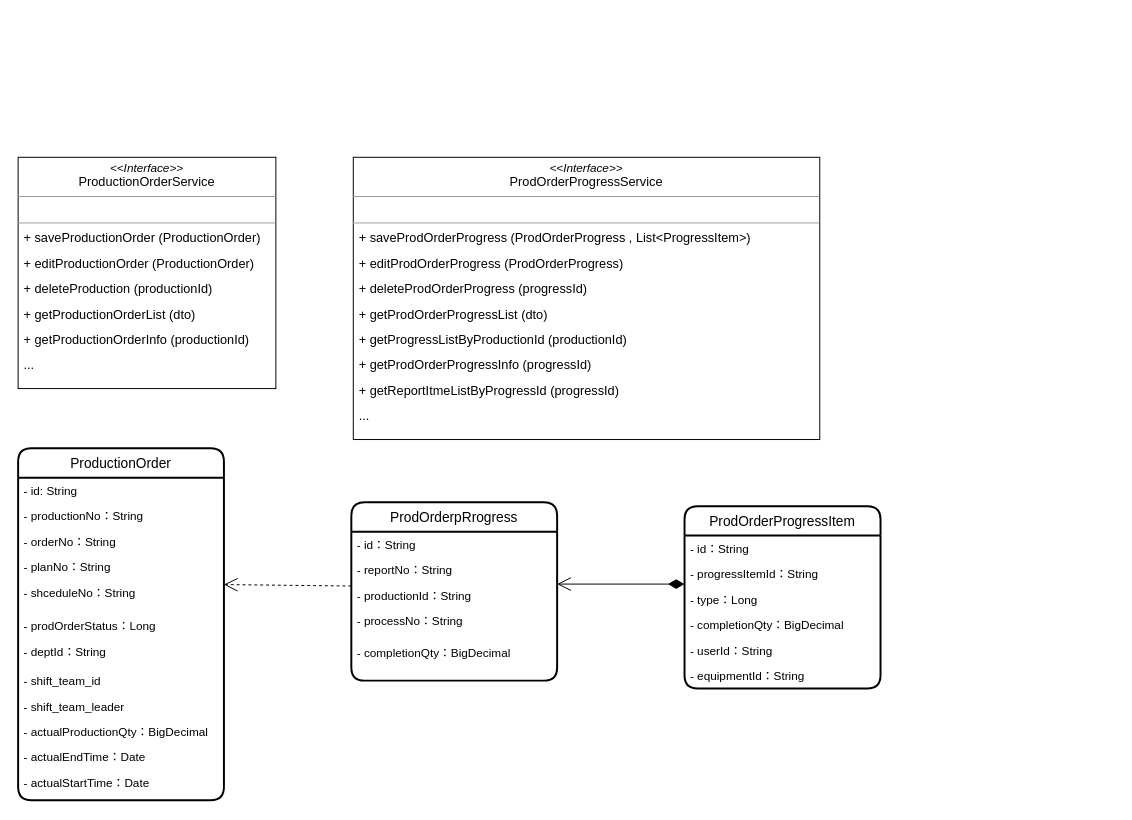
The draw.io diagram page "制令单" (1 of 4) of 类图.drawio in KNAI-I/test, before the edit. Source tidied: cells renumbered, new cells numbered last; positions are measured from the earlier drawing's top-left corner, leaving out a move shared by most shapes. Both pictures are drawn from the tidied source at 98%, with x=0, y=0 at pixel (18, 157).
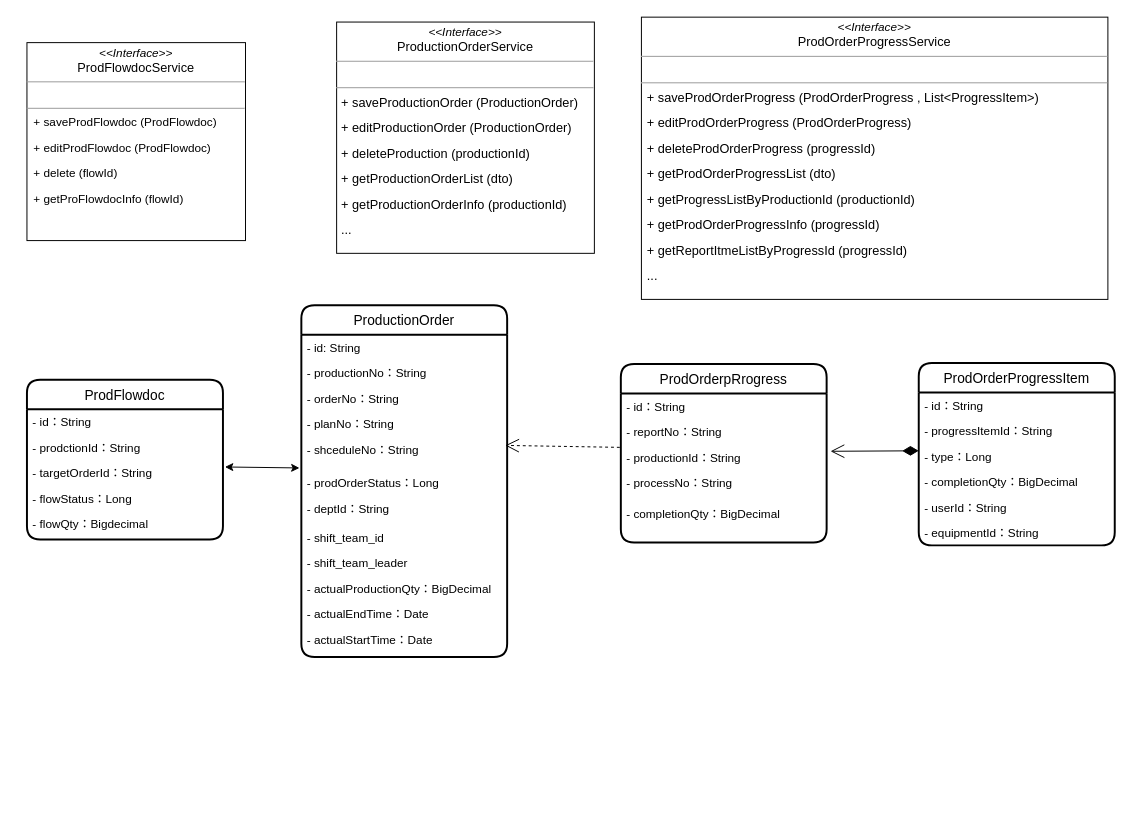
After the change.

The change refers to these unchanged cells:
```xml
<mxCell id="18" value="- productionId：String" style="text;strokeColor=none;fillColor=none;align=left;verticalAlign=top;spacingLeft=4;spacingRight=4;overflow=hidden;points=[[0,0.5],[1,0.5]];portConstraint=eastwest;" parent="15" vertex="1">
  <mxGeometry y="82" width="210" height="26" as="geometry" />
</mxCell>
```

The edit, as a diff of the source:
```diff
@@
     <mxCell id="2" value="ProductionOrder" style="swimlane;horizontal=1;startSize=30;rounded=1;fontSize=14;fontStyle=0;strokeWidth=2;shadow=0;dashed=0;align=center;" parent="1" vertex="1">
-      <mxGeometry y="297" width="210" height="359" as="geometry" />
+      <mxGeometry x="289" y="151" width="210" height="359" as="geometry" />
     </mxCell>
@@
     <mxCell id="15" value="ProdOrderpRrogress" style="swimlane;horizontal=1;startSize=30;rounded=1;fontSize=14;fontStyle=0;strokeWidth=2;shadow=0;dashed=0;align=center;" parent="1" vertex="1">
-      <mxGeometry x="340" y="352" width="210" height="182" as="geometry" />
+      <mxGeometry x="615" y="211" width="210" height="182" as="geometry" />
     </mxCell>
@@
     <mxCell id="21" value="ProdOrderProgressItem" style="swimlane;horizontal=1;startSize=30;rounded=1;fontSize=14;fontStyle=0;strokeWidth=2;shadow=0;dashed=0;align=center;" parent="1" vertex="1">
-      <mxGeometry x="680" y="356" width="200" height="186" as="geometry" />
+      <mxGeometry x="919" y="210" width="200" height="186" as="geometry" />
     </mxCell>
@@
-    <mxCell id="28" style="endArrow=open;endSize=12;dashed=1;html=1;rounded=0;fontSize=13;" parent="1" edge="1">
+    <mxCell id="28" style="endArrow=open;endSize=12;dashed=1;html=1;rounded=0;fontSize=13;exitX=-0.005;exitY=0.115;exitDx=0;exitDy=0;exitPerimeter=0;" parent="1" edge="1" source="18">
       <mxGeometry x="0.08" y="-37" relative="1" as="geometry">
-        <mxPoint x="340" y="437.5" as="sourcePoint" />
-        <mxPoint x="210" y="436" as="targetPoint" />
+        <mxPoint x="497" y="294" as="targetPoint" />
       </mxGeometry>
     </mxCell>
-    <mxCell id="29" style="endArrow=open;html=1;endSize=12;startArrow=diamondThin;startSize=14;startFill=1;edgeStyle=orthogonalEdgeStyle;align=left;verticalAlign=bottom;rounded=0;exitX=0;exitY=0.5;exitDx=0;exitDy=0;" parent="1" edge="1">
+    <mxCell id="29" style="endArrow=open;html=1;endSize=12;startArrow=diamondThin;startSize=14;startFill=1;edgeStyle=orthogonalEdgeStyle;align=left;verticalAlign=bottom;rounded=0;exitX=0;exitY=0.5;exitDx=0;exitDy=0;entryX=1.019;entryY=0.269;entryDx=0;entryDy=0;entryPerimeter=0;" parent="1" edge="1" target="18">
       <mxGeometry x="-0.68" y="-8" relative="1" as="geometry">
-        <mxPoint x="680" y="435.5" as="sourcePoint" />
-        <mxPoint x="550" y="435.5" as="targetPoint" />
+        <mxPoint x="919" y="299.5" as="sourcePoint" />
       </mxGeometry>
     </mxCell>
     <mxCell id="30" value="&lt;p style=&quot;margin:0px;margin-top:4px;text-align:center;&quot;&gt;&lt;i&gt;&amp;lt;&amp;lt;Interface&amp;gt;&amp;gt;&lt;/i&gt;&lt;br&gt;&lt;span style=&quot;font-size: 13px;&quot;&gt;ProductionOrderService&lt;/span&gt;&lt;br&gt;&lt;/p&gt;&lt;hr size=&quot;1&quot;&gt;&lt;p style=&quot;margin:0px;margin-left:4px;&quot;&gt;&amp;nbsp;&lt;/p&gt;&lt;hr size=&quot;1&quot;&gt;&lt;p style=&quot;margin:0px;margin-left:4px;&quot;&gt;&lt;br&gt;&lt;/p&gt;" style="verticalAlign=top;align=left;overflow=fill;fontSize=12;fontFamily=Helvetica;html=1;" parent="1" vertex="1">
-      <mxGeometry width="263" height="236" as="geometry" />
+      <mxGeometry x="325" y="-138" width="263" height="236" as="geometry" />
     </mxCell>
     <mxCell id="31" value="+ saveProductionOrder (ProductionOrder)" style="text;strokeColor=none;fillColor=none;align=left;verticalAlign=top;spacingLeft=4;spacingRight=4;overflow=hidden;fontSize=13;" parent="1" vertex="1">
-      <mxGeometry y="68" width="270" height="26" as="geometry" />
+      <mxGeometry x="324" y="-70" width="270" height="26" as="geometry" />
     </mxCell>
     <mxCell id="32" value="+ editProductionOrder (ProductionOrder)" style="text;strokeColor=none;fillColor=none;align=left;verticalAlign=top;spacingLeft=4;spacingRight=4;overflow=hidden;fontSize=13;" parent="1" vertex="1">
-      <mxGeometry y="94" width="270" height="26" as="geometry" />
+      <mxGeometry x="324" y="-44" width="270" height="26" as="geometry" />
     </mxCell>
     <mxCell id="33" value="+ deleteProduction (productionId)" style="text;strokeColor=none;fillColor=none;align=left;verticalAlign=top;spacingLeft=4;spacingRight=4;overflow=hidden;fontSize=13;" parent="1" vertex="1">
-      <mxGeometry y="120" width="270" height="26" as="geometry" />
+      <mxGeometry x="324" y="-18" width="270" height="26" as="geometry" />
     </mxCell>
     <mxCell id="34" value="+ getProductionOrderList (dto)" style="text;strokeColor=none;fillColor=none;align=left;verticalAlign=top;spacingLeft=4;spacingRight=4;overflow=hidden;fontSize=13;" parent="1" vertex="1">
-      <mxGeometry y="146" width="270" height="26" as="geometry" />
+      <mxGeometry x="324" y="8" width="270" height="26" as="geometry" />
     </mxCell>
     <mxCell id="35" value="+ getProductionOrderInfo (productionId)" style="text;strokeColor=none;fillColor=none;align=left;verticalAlign=top;spacingLeft=4;spacingRight=4;overflow=hidden;fontSize=13;" parent="1" vertex="1">
-      <mxGeometry y="172" width="270" height="26" as="geometry" />
+      <mxGeometry x="324" y="34" width="270" height="26" as="geometry" />
     </mxCell>
     <mxCell id="36" value="..." style="text;strokeColor=none;fillColor=none;align=left;verticalAlign=top;spacingLeft=4;spacingRight=4;overflow=hidden;fontSize=13;" parent="1" vertex="1">
-      <mxGeometry y="198" width="270" height="26" as="geometry" />
+      <mxGeometry x="324" y="60" width="270" height="26" as="geometry" />
     </mxCell>
     <mxCell id="37" value="&lt;p style=&quot;margin:0px;margin-top:4px;text-align:center;&quot;&gt;&lt;i&gt;&amp;lt;&amp;lt;Interface&amp;gt;&amp;gt;&lt;/i&gt;&lt;br&gt;&lt;span style=&quot;font-size: 13px;&quot;&gt;ProdOrderProgressService&lt;/span&gt;&lt;br&gt;&lt;/p&gt;&lt;hr size=&quot;1&quot;&gt;&lt;p style=&quot;margin:0px;margin-left:4px;&quot;&gt;&amp;nbsp;&lt;/p&gt;&lt;hr size=&quot;1&quot;&gt;&lt;p style=&quot;margin:0px;margin-left:4px;&quot;&gt;&lt;br&gt;&lt;/p&gt;" style="verticalAlign=top;align=left;overflow=fill;fontSize=12;fontFamily=Helvetica;html=1;" parent="1" vertex="1">
-      <mxGeometry x="342" width="476" height="288" as="geometry" />
+      <mxGeometry x="636" y="-143" width="476" height="288" as="geometry" />
     </mxCell>
     <mxCell id="38" value="+ saveProdOrderProgress (ProdOrderProgress , List&lt;ProgressItem&gt;)" style="text;strokeColor=none;fillColor=none;align=left;verticalAlign=top;spacingLeft=4;spacingRight=4;overflow=hidden;fontSize=13;" parent="1" vertex="1">
-      <mxGeometry x="342" y="68" width="483" height="26" as="geometry" />
+      <mxGeometry x="636" y="-75" width="483" height="26" as="geometry" />
     </mxCell>
     <mxCell id="39" value="+ editProdOrderProgress (ProdOrderProgress)" style="text;strokeColor=none;fillColor=none;align=left;verticalAlign=top;spacingLeft=4;spacingRight=4;overflow=hidden;fontSize=13;" parent="1" vertex="1">
-      <mxGeometry x="342" y="94" width="483" height="26" as="geometry" />
+      <mxGeometry x="636" y="-49" width="483" height="26" as="geometry" />
     </mxCell>
     <mxCell id="40" value="+ deleteProdOrderProgress (progressId)" style="text;strokeColor=none;fillColor=none;align=left;verticalAlign=top;spacingLeft=4;spacingRight=4;overflow=hidden;fontSize=13;" parent="1" vertex="1">
-      <mxGeometry x="342" y="120" width="483" height="26" as="geometry" />
+      <mxGeometry x="636" y="-23" width="483" height="26" as="geometry" />
     </mxCell>
     <mxCell id="41" value="+ getProdOrderProgressList (dto)" style="text;strokeColor=none;fillColor=none;align=left;verticalAlign=top;spacingLeft=4;spacingRight=4;overflow=hidden;fontSize=13;" parent="1" vertex="1">
-      <mxGeometry x="342" y="146" width="483" height="26" as="geometry" />
+      <mxGeometry x="636" y="3" width="483" height="26" as="geometry" />
     </mxCell>
     <mxCell id="42" value="+ getProgressListByProductionId (productionId)" style="text;strokeColor=none;fillColor=none;align=left;verticalAlign=top;spacingLeft=4;spacingRight=4;overflow=hidden;fontSize=13;" parent="1" vertex="1">
-      <mxGeometry x="342" y="172" width="483" height="26" as="geometry" />
+      <mxGeometry x="636" y="29" width="483" height="26" as="geometry" />
     </mxCell>
     <mxCell id="43" value="+ getProdOrderProgressInfo (progressId)" style="text;strokeColor=none;fillColor=none;align=left;verticalAlign=top;spacingLeft=4;spacingRight=4;overflow=hidden;fontSize=13;" parent="1" vertex="1">
-      <mxGeometry x="342" y="198" width="483" height="26" as="geometry" />
+      <mxGeometry x="636" y="55" width="483" height="26" as="geometry" />
     </mxCell>
     <mxCell id="44" value="+ getReportItmeListByProgressId (progressId)" style="text;strokeColor=none;fillColor=none;align=left;verticalAlign=top;spacingLeft=4;spacingRight=4;overflow=hidden;fontSize=13;" parent="1" vertex="1">
-      <mxGeometry x="342" y="224" width="483" height="26" as="geometry" />
+      <mxGeometry x="636" y="81" width="483" height="26" as="geometry" />
     </mxCell>
     <mxCell id="45" value="..." style="text;strokeColor=none;fillColor=none;align=left;verticalAlign=top;spacingLeft=4;spacingRight=4;overflow=hidden;fontSize=13;" parent="1" vertex="1">
-      <mxGeometry x="342" y="250" width="483" height="26" as="geometry" />
+      <mxGeometry x="636" y="107" width="483" height="26" as="geometry" />
     </mxCell>
+    <mxCell id="46" value="ProdFlowdoc" style="swimlane;horizontal=1;startSize=30;rounded=1;fontSize=14;fontStyle=0;strokeWidth=2;shadow=0;dashed=0;align=center;" parent="1" vertex="1">
+      <mxGeometry x="9" y="227" width="200" height="163" as="geometry" />
+    </mxCell>
+    <mxCell id="47" value="- id：String" style="text;strokeColor=none;fillColor=none;align=left;verticalAlign=top;spacingLeft=4;spacingRight=4;overflow=hidden;" parent="46" vertex="1">
+      <mxGeometry y="30" width="200" height="26" as="geometry" />
+    </mxCell>
+    <mxCell id="48" value="- prodctionId：String" style="text;strokeColor=none;fillColor=none;align=left;verticalAlign=top;spacingLeft=4;spacingRight=4;overflow=hidden;" parent="46" vertex="1">
+      <mxGeometry y="56" width="200" height="26" as="geometry" />
+    </mxCell>
+    <mxCell id="49" value="- targetOrderId：String" style="text;strokeColor=none;fillColor=none;align=left;verticalAlign=top;spacingLeft=4;spacingRight=4;overflow=hidden;" parent="46" vertex="1">
+      <mxGeometry y="82" width="200" height="26" as="geometry" />
+    </mxCell>
+    <mxCell id="50" value="- flowStatus：Long" style="text;strokeColor=none;fillColor=none;align=left;verticalAlign=top;spacingLeft=4;spacingRight=4;overflow=hidden;" parent="46" vertex="1">
+      <mxGeometry y="108" width="200" height="26" as="geometry" />
+    </mxCell>
+    <mxCell id="51" value="- flowQty：Bigdecimal" style="text;strokeColor=none;fillColor=none;align=left;verticalAlign=top;spacingLeft=4;spacingRight=4;overflow=hidden;" parent="46" vertex="1">
+      <mxGeometry y="134" width="200" height="29" as="geometry" />
+    </mxCell>
+    <mxCell id="52" value="&lt;p style=&quot;margin:0px;margin-top:4px;text-align:center;&quot;&gt;&lt;i&gt;&amp;lt;&amp;lt;Interface&amp;gt;&amp;gt;&lt;/i&gt;&lt;br&gt;&lt;span style=&quot;font-size: 13px;&quot;&gt;ProdFlowdocService&lt;/span&gt;&lt;/p&gt;&lt;hr size=&quot;1&quot;&gt;&lt;p style=&quot;margin:0px;margin-left:4px;&quot;&gt;&amp;nbsp;&lt;/p&gt;&lt;hr size=&quot;1&quot;&gt;&lt;p style=&quot;margin:0px;margin-left:4px;&quot;&gt;&lt;br&gt;&lt;/p&gt;" style="verticalAlign=top;align=left;overflow=fill;fontSize=12;fontFamily=Helvetica;html=1;" parent="1" vertex="1">
+      <mxGeometry x="9" y="-117" width="223" height="202" as="geometry" />
+    </mxCell>
+    <mxCell id="53" value="+ saveProdFlowdoc (ProdFlowdoc)" style="text;strokeColor=none;fillColor=none;align=left;verticalAlign=top;spacingLeft=4;spacingRight=4;overflow=hidden;" parent="1" vertex="1">
+      <mxGeometry x="10" y="-49" width="200" height="26" as="geometry" />
+    </mxCell>
+    <mxCell id="54" value="+ editProdFlowdoc (ProdFlowdoc)" style="text;strokeColor=none;fillColor=none;align=left;verticalAlign=top;spacingLeft=4;spacingRight=4;overflow=hidden;" parent="1" vertex="1">
+      <mxGeometry x="10" y="-23" width="200" height="26" as="geometry" />
+    </mxCell>
+    <mxCell id="55" value="+ getProFlowdocInfo (flowId)" style="text;strokeColor=none;fillColor=none;align=left;verticalAlign=top;spacingLeft=4;spacingRight=4;overflow=hidden;" parent="1" vertex="1">
+      <mxGeometry x="10" y="29" width="200" height="32" as="geometry" />
+    </mxCell>
+    <mxCell id="56" value="+ delete (flowId)" style="text;strokeColor=none;fillColor=none;align=left;verticalAlign=top;spacingLeft=4;spacingRight=4;overflow=hidden;" parent="1" vertex="1">
+      <mxGeometry x="10" y="3" width="200" height="26" as="geometry" />
+    </mxCell>
+    <mxCell id="57" style="endArrow=classic;startArrow=classic;html=1;rounded=0;fontSize=12;entryX=-0.014;entryY=-0.077;entryDx=0;entryDy=0;entryPerimeter=0;" parent="1" edge="1">
+      <mxGeometry relative="1" as="geometry">
+        <mxPoint x="211" y="316" as="sourcePoint" />
+        <mxPoint x="287.1" y="317" as="targetPoint" />
+      </mxGeometry>
+    </mxCell>
```
